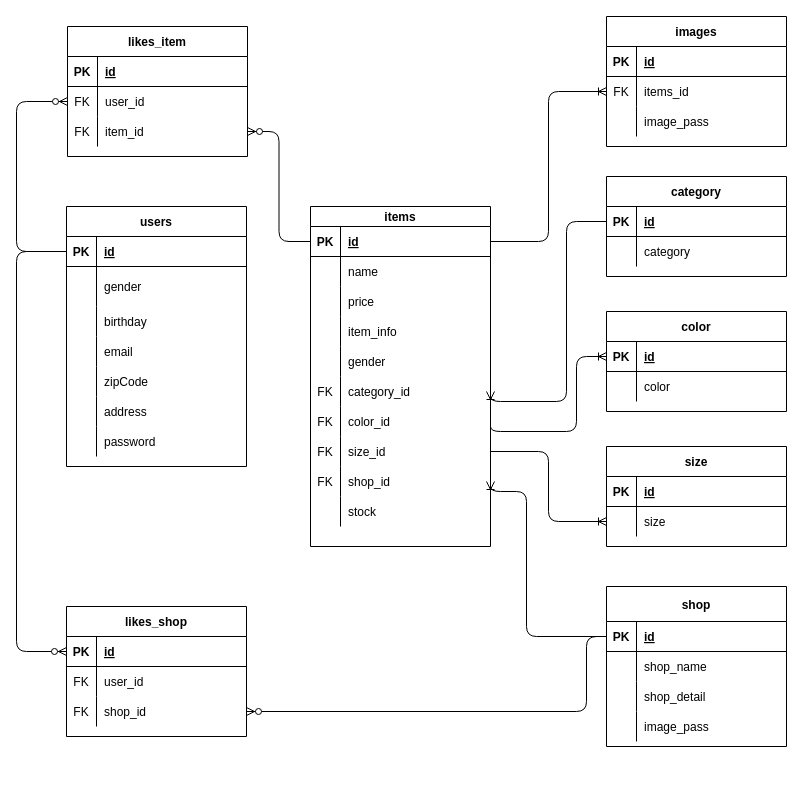
Above: design/mozo.drawio in daimatsunaga/mozotown (draw.io), before the change. Source tidied: cells renumbered, new cells numbered last; positions are measured from the earlier drawing's top-left corner, leaving out a move shared by most shapes. Both pictures are drawn from the tidied source at 100%, with x=0, y=0 at pixel (16, 16).
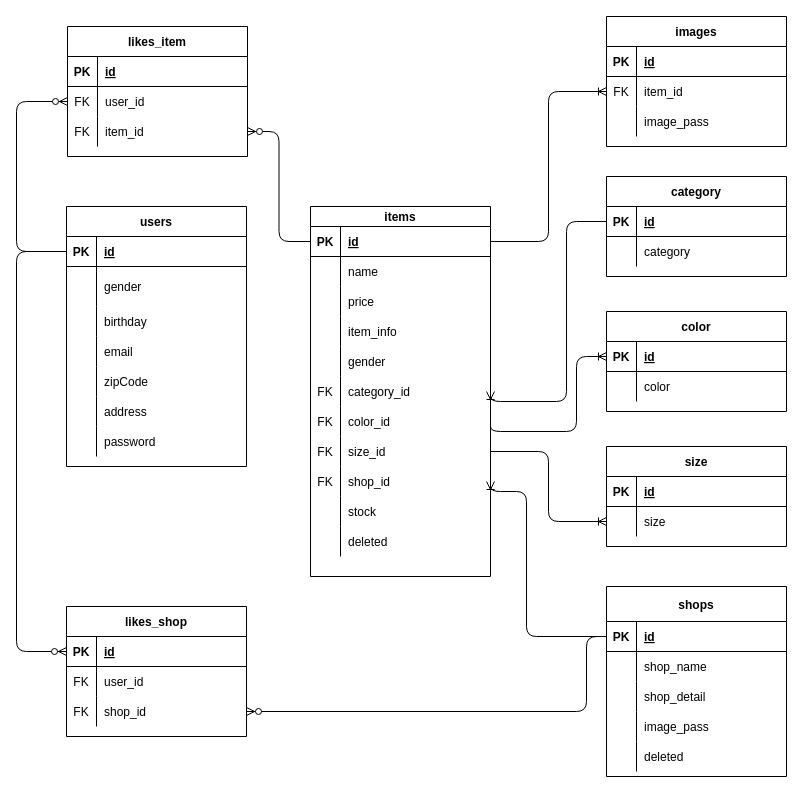
After the change.

The change refers to these unchanged cells:
```xml
<mxCell id="59" style="shape=partialRectangle;fillColor=none;top=0;left=0;bottom=0;right=0;points=[[0,0.5],[1,0.5]];portConstraint=eastwest;" parent="55" vertex="1">
  <mxGeometry y="60" width="180" height="30" as="geometry" />
</mxCell>
```

What changed in the source:
```diff
@@
     <mxCell id="24" value="items" style="shape=table;startSize=20;childLayout=tableLayout;rowLines=0;fontStyle=1;align=center;" parent="1" vertex="1">
-      <mxGeometry x="294" y="190" width="180" height="340" as="geometry" />
+      <mxGeometry x="294" y="190" width="180" height="370" as="geometry" />
     </mxCell>
@@
+    <mxCell id="128" style="shape=partialRectangle;fillColor=none;top=0;left=0;bottom=0;right=0;" parent="24" vertex="1">
+      <mxGeometry y="320" width="180" height="30" as="geometry" />
+    </mxCell>
+    <mxCell id="129" style="shape=partialRectangle;fillColor=none;top=0;left=0;bottom=0;right=0;overflow=hidden;" parent="128" vertex="1">
+      <mxGeometry width="30" height="30" as="geometry" />
+    </mxCell>
+    <mxCell id="130" value="deleted" style="shape=partialRectangle;fillColor=none;top=0;left=0;bottom=0;right=0;align=left;spacingLeft=6;overflow=hidden;" parent="128" vertex="1">
+      <mxGeometry x="30" width="150" height="30" as="geometry" />
+    </mxCell>
@@
-    <mxCell id="61" value="items_id" style="shape=partialRectangle;fillColor=none;top=0;left=0;bottom=0;right=0;align=left;spacingLeft=6;overflow=hidden;" parent="59" vertex="1">
+    <mxCell id="61" value="item_id" style="shape=partialRectangle;fillColor=none;top=0;left=0;bottom=0;right=0;align=left;spacingLeft=6;overflow=hidden;" parent="59" vertex="1">
       <mxGeometry x="30" width="150" height="30" as="geometry" />
     </mxCell>
@@
-    <mxCell id="90" value="shop" style="shape=table;startSize=35;childLayout=tableLayout;rowLines=0;fontStyle=1;align=center;" parent="1" vertex="1">
-      <mxGeometry x="590" y="570" width="180" height="160" as="geometry" />
+    <mxCell id="90" value="shops" style="shape=table;startSize=35;childLayout=tableLayout;rowLines=0;fontStyle=1;align=center;" parent="1" vertex="1">
+      <mxGeometry x="590" y="570" width="180" height="190" as="geometry" />
     </mxCell>
@@
+    <mxCell id="131" style="shape=partialRectangle;fillColor=none;top=0;left=0;bottom=0;right=0;" parent="90" vertex="1">
+      <mxGeometry y="155" width="180" height="30" as="geometry" />
+    </mxCell>
+    <mxCell id="132" style="shape=partialRectangle;fillColor=none;top=0;left=0;bottom=0;right=0;overflow=hidden;" parent="131" vertex="1">
+      <mxGeometry width="30" height="30" as="geometry" />
+    </mxCell>
+    <mxCell id="133" value="deleted" style="shape=partialRectangle;fillColor=none;top=0;left=0;bottom=0;right=0;align=left;spacingLeft=6;overflow=hidden;" parent="131" vertex="1">
+      <mxGeometry x="30" width="150" height="30" as="geometry" />
+    </mxCell>
```
